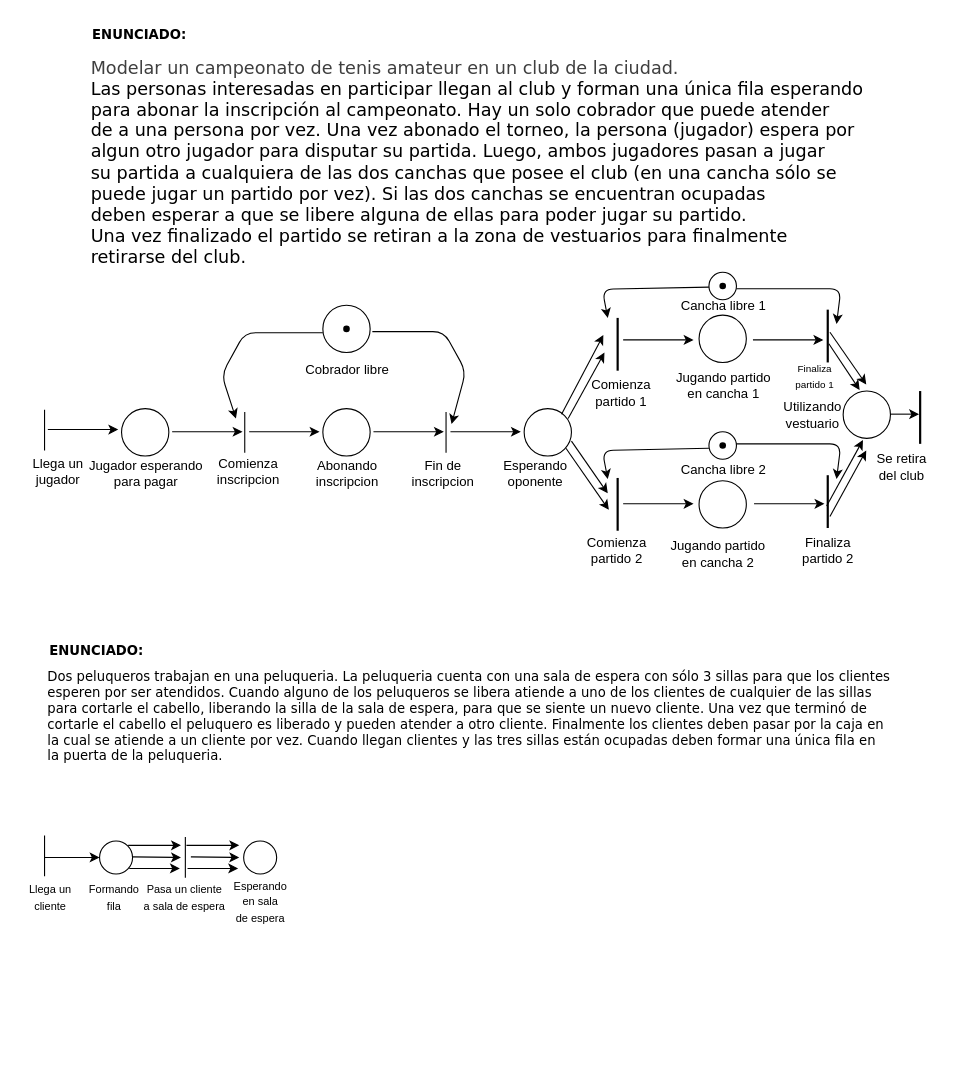
This is practicas/respuestas_tp5.drawio from dazayamil/ingenieria-software-1-unlp, a draw.io file, before an edit. Source tidied: cells renumbered, new cells numbered last; positions are measured from the earlier drawing's top-left corner, leaving out a move shared by most shapes. Both pictures are drawn from the tidied source at 110%, with x=0, y=0 at pixel (19, 19).
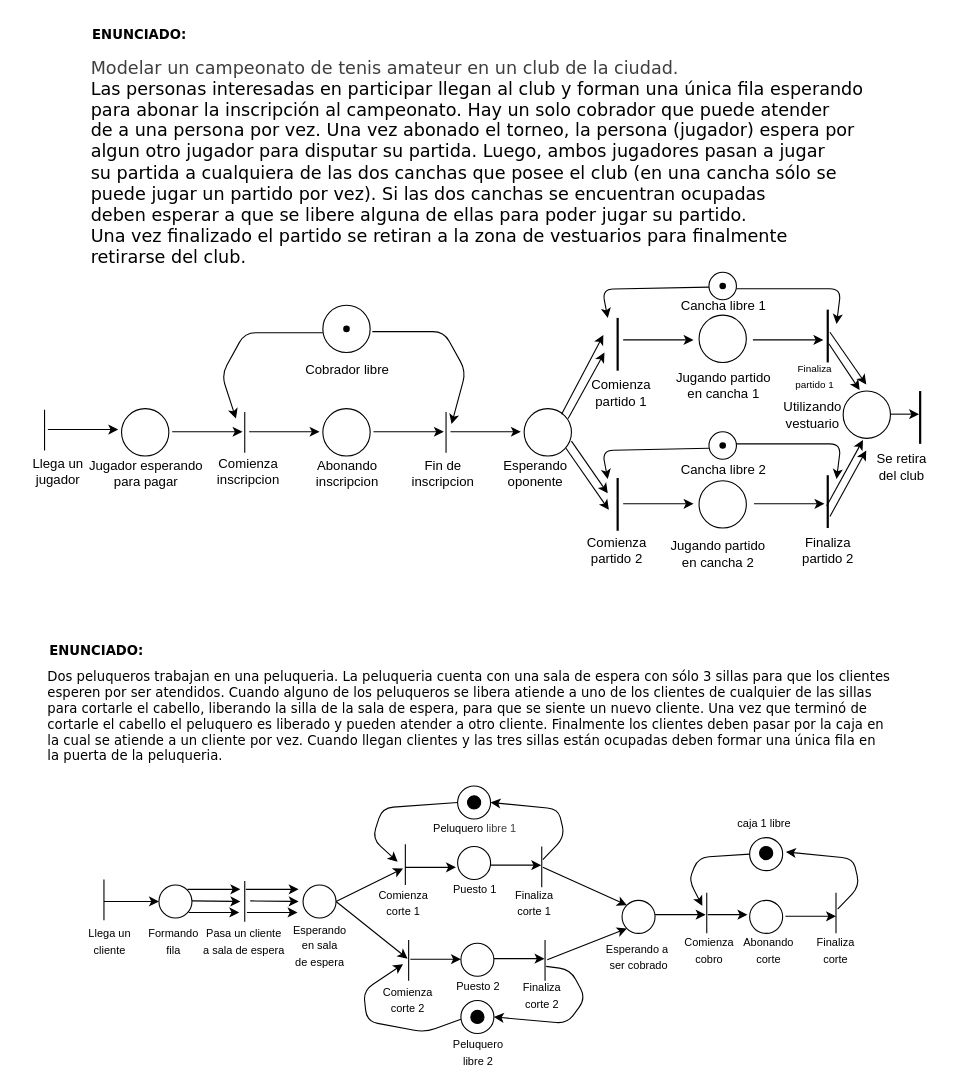
Above is the later version.

Commit message:
Ejercicio Redes de Petri resuelto - peluqueria

What changed in the source:
```diff
@@
     <mxCell id="67" style="endArrow=none;html=1;" parent="1" edge="1">
       <mxGeometry relative="1" as="geometry">
-        <mxPoint x="23" y="779" as="sourcePoint" />
-        <mxPoint x="23" y="742" as="targetPoint" />
+        <mxPoint x="77" y="819" as="sourcePoint" />
+        <mxPoint x="77" y="782" as="targetPoint" />
       </mxGeometry>
     </mxCell>
     <mxCell id="68" style="ellipse;whiteSpace=wrap;html=1;" parent="1" vertex="1">
-      <mxGeometry x="73" y="747" width="30" height="30" as="geometry" />
+      <mxGeometry x="127" y="787" width="30" height="30" as="geometry" />
     </mxCell>
     <mxCell id="69" style="endArrow=classic;html=1;entryX=0;entryY=0.5;entryDx=0;entryDy=0;" parent="1" edge="1" target="68">
       <mxGeometry relative="1" as="geometry">
-        <mxPoint x="23" y="762" as="sourcePoint" />
+        <mxPoint x="77" y="802" as="sourcePoint" />
       </mxGeometry>
     </mxCell>
     <mxCell id="70" value="&lt;span style=&quot;font-size: 10px;&quot;&gt;Llega un&lt;/span&gt;&lt;div&gt;&lt;span style=&quot;font-size: 10px;&quot;&gt;cliente&lt;/span&gt;&lt;/div&gt;" style="text;html=1;align=center;verticalAlign=middle;strokeColor=none;fillColor=none;" parent="1" vertex="1">
-      <mxGeometry y="777" width="56" height="41" as="geometry" />
+      <mxGeometry x="54" y="817" width="56" height="41" as="geometry" />
     </mxCell>
     <mxCell id="71" value="&lt;span style=&quot;font-size: 10px;&quot;&gt;Formando&lt;/span&gt;&lt;div&gt;&lt;span style=&quot;font-size: 10px;&quot;&gt;fila&lt;/span&gt;&lt;/div&gt;" style="text;html=1;align=center;verticalAlign=middle;strokeColor=none;fillColor=none;" parent="1" vertex="1">
-      <mxGeometry x="54" y="777" width="64" height="41" as="geometry" />
+      <mxGeometry x="108" y="817" width="64" height="41" as="geometry" />
     </mxCell>
     <mxCell id="72" style="endArrow=classic;html=1;" parent="1" edge="1">
       <mxGeometry relative="1" as="geometry">
-        <mxPoint x="99" y="751" as="sourcePoint" />
-        <mxPoint x="147" y="751" as="targetPoint" />
+        <mxPoint x="153" y="791" as="sourcePoint" />
+        <mxPoint x="201" y="791" as="targetPoint" />
       </mxGeometry>
     </mxCell>
     <mxCell id="73" style="endArrow=classic;html=1;" parent="1" edge="1">
       <mxGeometry relative="1" as="geometry">
-        <mxPoint x="103" y="761.5" as="sourcePoint" />
-        <mxPoint x="147" y="762" as="targetPoint" />
+        <mxPoint x="157" y="801.5" as="sourcePoint" />
+        <mxPoint x="201" y="802" as="targetPoint" />
       </mxGeometry>
     </mxCell>
     <mxCell id="74" style="endArrow=classic;html=1;" parent="1" edge="1">
       <mxGeometry relative="1" as="geometry">
-        <mxPoint x="100" y="772" as="sourcePoint" />
-        <mxPoint x="146" y="772" as="targetPoint" />
+        <mxPoint x="154" y="812" as="sourcePoint" />
+        <mxPoint x="200" y="812" as="targetPoint" />
       </mxGeometry>
     </mxCell>
     <mxCell id="75" style="endArrow=none;html=1;" parent="1" edge="1">
       <mxGeometry relative="1" as="geometry">
-        <mxPoint x="151" y="780.5" as="sourcePoint" />
-        <mxPoint x="151" y="743.5" as="targetPoint" />
+        <mxPoint x="205" y="820.5" as="sourcePoint" />
+        <mxPoint x="205" y="783.5" as="targetPoint" />
       </mxGeometry>
     </mxCell>
     <mxCell id="76" style="endArrow=classic;html=1;" parent="1" edge="1">
       <mxGeometry relative="1" as="geometry">
-        <mxPoint x="152" y="751" as="sourcePoint" />
-        <mxPoint x="200" y="751" as="targetPoint" />
+        <mxPoint x="206" y="791" as="sourcePoint" />
+        <mxPoint x="254" y="791" as="targetPoint" />
       </mxGeometry>
     </mxCell>
     <mxCell id="77" style="endArrow=classic;html=1;" parent="1" edge="1">
       <mxGeometry relative="1" as="geometry">
-        <mxPoint x="156" y="761.5" as="sourcePoint" />
-        <mxPoint x="200" y="762" as="targetPoint" />
+        <mxPoint x="210" y="801.5" as="sourcePoint" />
+        <mxPoint x="254" y="802" as="targetPoint" />
       </mxGeometry>
     </mxCell>
     <mxCell id="78" style="endArrow=classic;html=1;" parent="1" edge="1">
       <mxGeometry relative="1" as="geometry">
-        <mxPoint x="153" y="772" as="sourcePoint" />
-        <mxPoint x="199" y="772" as="targetPoint" />
+        <mxPoint x="207" y="812" as="sourcePoint" />
+        <mxPoint x="253" y="812" as="targetPoint" />
       </mxGeometry>
     </mxCell>
     <mxCell id="79" style="ellipse;whiteSpace=wrap;html=1;" parent="1" vertex="1">
-      <mxGeometry x="204" y="747" width="30" height="30" as="geometry" />
+      <mxGeometry x="258" y="787" width="30" height="30" as="geometry" />
     </mxCell>
     <mxCell id="80" value="&lt;span style=&quot;font-size: 10px;&quot;&gt;Esperando&lt;/span&gt;&lt;div&gt;&lt;span style=&quot;font-size: 10px;&quot;&gt;en sala&lt;/span&gt;&lt;/div&gt;&lt;div&gt;&lt;span style=&quot;font-size: 10px;&quot;&gt;de espera&lt;/span&gt;&lt;/div&gt;" style="text;html=1;align=center;verticalAlign=middle;strokeColor=none;fillColor=none;" parent="1" vertex="1">
-      <mxGeometry x="186" y="774" width="66" height="55" as="geometry" />
+      <mxGeometry x="240" y="814" width="66" height="55" as="geometry" />
     </mxCell>
     <mxCell id="81" value="&lt;span style=&quot;font-size: 10px;&quot;&gt;Pasa un cliente&lt;/span&gt;&lt;div&gt;&lt;span style=&quot;font-size: 10px;&quot;&gt;a sala de espera&lt;/span&gt;&lt;/div&gt;" style="text;html=1;align=center;verticalAlign=middle;strokeColor=none;fillColor=none;" parent="1" vertex="1">
-      <mxGeometry x="104" y="777" width="92" height="41" as="geometry" />
+      <mxGeometry x="158" y="817" width="92" height="41" as="geometry" />
     </mxCell>
+    <mxCell id="82" style="endArrow=classic;html=1;exitX=1;exitY=0.5;exitDx=0;exitDy=0;" parent="1" edge="1" source="79">
+      <mxGeometry relative="1" as="geometry">
+        <mxPoint x="349" y="772" as="targetPoint" />
+      </mxGeometry>
+    </mxCell>
+    <mxCell id="83" style="endArrow=classic;html=1;exitX=1;exitY=0.5;exitDx=0;exitDy=0;" parent="1" edge="1" source="79">
+      <mxGeometry relative="1" as="geometry">
+        <mxPoint x="353" y="854" as="targetPoint" />
+      </mxGeometry>
+    </mxCell>
+    <mxCell id="84" style="endArrow=none;html=1;" parent="1" edge="1">
+      <mxGeometry relative="1" as="geometry">
+        <mxPoint x="351" y="787" as="sourcePoint" />
+        <mxPoint x="351" y="750" as="targetPoint" />
+      </mxGeometry>
+    </mxCell>
+    <mxCell id="85" style="endArrow=none;html=1;" parent="1" edge="1">
+      <mxGeometry relative="1" as="geometry">
+        <mxPoint x="354" y="874" as="sourcePoint" />
+        <mxPoint x="354" y="837" as="targetPoint" />
+      </mxGeometry>
+    </mxCell>
+    <mxCell id="86" style="ellipse;whiteSpace=wrap;html=1;" parent="1" vertex="1">
+      <mxGeometry x="398.5" y="752" width="30" height="30" as="geometry" />
+    </mxCell>
+    <mxCell id="87" style="ellipse;whiteSpace=wrap;html=1;" parent="1" vertex="1">
+      <mxGeometry x="401.5" y="840" width="30" height="30" as="geometry" />
+    </mxCell>
+    <mxCell id="88" style="endArrow=classic;html=1;" parent="1" edge="1">
+      <mxGeometry relative="1" as="geometry">
+        <mxPoint x="351" y="771" as="sourcePoint" />
+        <mxPoint x="397" y="771" as="targetPoint" />
+      </mxGeometry>
+    </mxCell>
+    <mxCell id="89" style="endArrow=classic;html=1;" parent="1" edge="1">
+      <mxGeometry relative="1" as="geometry">
+        <mxPoint x="355.5" y="854.5" as="sourcePoint" />
+        <mxPoint x="401.5" y="854.5" as="targetPoint" />
+      </mxGeometry>
+    </mxCell>
+    <mxCell id="90" style="ellipse;whiteSpace=wrap;html=1;" parent="1" vertex="1">
+      <mxGeometry x="401.5" y="892" width="30" height="30" as="geometry" />
+    </mxCell>
+    <mxCell id="91" style="ellipse;whiteSpace=wrap;html=1;fillColor=#000000;" parent="1" vertex="1">
+      <mxGeometry x="410.5" y="901" width="12" height="12" as="geometry" />
+    </mxCell>
+    <mxCell id="92" style="ellipse;whiteSpace=wrap;html=1;" parent="1" vertex="1">
+      <mxGeometry x="398.5" y="697" width="30" height="30" as="geometry" />
+    </mxCell>
+    <mxCell id="93" style="ellipse;whiteSpace=wrap;html=1;fillColor=#000000;" parent="1" vertex="1">
+      <mxGeometry x="407.5" y="706" width="12" height="12" as="geometry" />
+    </mxCell>
+    <mxCell id="94" style="endArrow=classic;html=1;exitX=0;exitY=0.5;exitDx=0;exitDy=0;" parent="1" edge="1" source="92">
+      <mxGeometry relative="1" as="geometry">
+        <mxPoint x="344" y="766" as="targetPoint" />
+        <Array as="points">
+          <mxPoint x="330" y="717" />
+          <mxPoint x="321" y="745" />
+        </Array>
+      </mxGeometry>
+    </mxCell>
+    <mxCell id="95" style="endArrow=classic;html=1;" parent="1" edge="1">
+      <mxGeometry relative="1" as="geometry">
+        <mxPoint x="428.5" y="769" as="sourcePoint" />
+        <mxPoint x="474.5" y="769" as="targetPoint" />
+      </mxGeometry>
+    </mxCell>
+    <mxCell id="96" style="endArrow=none;html=1;" parent="1" edge="1">
+      <mxGeometry relative="1" as="geometry">
+        <mxPoint x="475" y="789" as="sourcePoint" />
+        <mxPoint x="475" y="752" as="targetPoint" />
+      </mxGeometry>
+    </mxCell>
+    <mxCell id="97" style="endArrow=classic;html=1;" parent="1" edge="1">
+      <mxGeometry relative="1" as="geometry">
+        <mxPoint x="431.5" y="854" as="sourcePoint" />
+        <mxPoint x="477.5" y="854" as="targetPoint" />
+      </mxGeometry>
+    </mxCell>
+    <mxCell id="98" style="endArrow=none;html=1;" parent="1" edge="1">
+      <mxGeometry relative="1" as="geometry">
+        <mxPoint x="478" y="874" as="sourcePoint" />
+        <mxPoint x="478" y="837" as="targetPoint" />
+      </mxGeometry>
+    </mxCell>
+    <mxCell id="99" style="endArrow=classic;html=1;entryX=1;entryY=0.5;entryDx=0;entryDy=0;" parent="1" edge="1" target="92">
+      <mxGeometry relative="1" as="geometry">
+        <mxPoint x="476" y="764" as="sourcePoint" />
+        <Array as="points">
+          <mxPoint x="496" y="743" />
+          <mxPoint x="490" y="718" />
+        </Array>
+      </mxGeometry>
+    </mxCell>
+    <mxCell id="100" style="endArrow=classic;html=1;" parent="1" edge="1">
+      <mxGeometry relative="1" as="geometry">
+        <mxPoint x="401.5" y="909" as="sourcePoint" />
+        <mxPoint x="349" y="859" as="targetPoint" />
+        <Array as="points">
+          <mxPoint x="369" y="921" />
+          <mxPoint x="316" y="911" />
+          <mxPoint x="313" y="883" />
+        </Array>
+      </mxGeometry>
+    </mxCell>
+    <mxCell id="101" style="endArrow=classic;html=1;entryX=1;entryY=0.5;entryDx=0;entryDy=0;" parent="1" edge="1" target="90">
+      <mxGeometry relative="1" as="geometry">
+        <mxPoint x="479" y="861" as="sourcePoint" />
+        <Array as="points">
+          <mxPoint x="501" y="864" />
+          <mxPoint x="515" y="890" />
+          <mxPoint x="498" y="913" />
+        </Array>
+      </mxGeometry>
+    </mxCell>
+    <mxCell id="102" value="&lt;span style=&quot;font-size: 10px;&quot;&gt;Peluquero&lt;/span&gt;&lt;div&gt;&lt;span style=&quot;font-size: 10px;&quot;&gt;libre 2&lt;/span&gt;&lt;/div&gt;" style="text;html=1;align=center;verticalAlign=middle;strokeColor=none;fillColor=none;" parent="1" vertex="1">
+      <mxGeometry x="384.5" y="918" width="64" height="41" as="geometry" />
+    </mxCell>
+    <mxCell id="103" value="&lt;span style=&quot;font-size: 10px;&quot;&gt;Peluquero&amp;nbsp;&lt;/span&gt;&lt;span style=&quot;color: rgb(63, 63, 63); font-size: 10px; background-color: transparent;&quot;&gt;libre 1&lt;/span&gt;" style="text;html=1;align=center;verticalAlign=middle;strokeColor=none;fillColor=none;" parent="1" vertex="1">
+      <mxGeometry x="366.5" y="722" width="94" height="26" as="geometry" />
+    </mxCell>
+    <mxCell id="104" value="&lt;span style=&quot;font-size: 10px;&quot;&gt;Puesto 1&lt;/span&gt;" style="text;html=1;align=center;verticalAlign=middle;strokeColor=none;fillColor=none;" parent="1" vertex="1">
+      <mxGeometry x="385" y="778" width="57" height="26" as="geometry" />
+    </mxCell>
+    <mxCell id="105" value="&lt;span style=&quot;font-size: 10px;&quot;&gt;Puesto 2&lt;/span&gt;" style="text;html=1;align=center;verticalAlign=middle;strokeColor=none;fillColor=none;" parent="1" vertex="1">
+      <mxGeometry x="388" y="866" width="57" height="26" as="geometry" />
+    </mxCell>
+    <mxCell id="106" value="&lt;span style=&quot;font-size: 10px;&quot;&gt;Comienza&lt;/span&gt;&lt;div&gt;&lt;span style=&quot;font-size: 10px;&quot;&gt;corte 2&lt;/span&gt;&lt;/div&gt;" style="text;html=1;align=center;verticalAlign=middle;strokeColor=none;fillColor=none;" parent="1" vertex="1">
+      <mxGeometry x="321.5" y="870" width="63" height="41" as="geometry" />
+    </mxCell>
+    <mxCell id="107" value="&lt;span style=&quot;font-size: 10px;&quot;&gt;Comienza&lt;/span&gt;&lt;div&gt;&lt;span style=&quot;font-size: 10px;&quot;&gt;corte 1&lt;/span&gt;&lt;/div&gt;" style="text;html=1;align=center;verticalAlign=middle;strokeColor=none;fillColor=none;" parent="1" vertex="1">
+      <mxGeometry x="317" y="782" width="63" height="41" as="geometry" />
+    </mxCell>
+    <mxCell id="108" value="&lt;span style=&quot;font-size: 10px;&quot;&gt;Finaliza&lt;/span&gt;&lt;div&gt;&lt;span style=&quot;font-size: 10px;&quot;&gt;corte 1&lt;/span&gt;&lt;/div&gt;" style="text;html=1;align=center;verticalAlign=middle;strokeColor=none;fillColor=none;" parent="1" vertex="1">
+      <mxGeometry x="442" y="782" width="52" height="41" as="geometry" />
+    </mxCell>
+    <mxCell id="109" value="&lt;span style=&quot;font-size: 10px;&quot;&gt;Finaliza&lt;/span&gt;&lt;div&gt;&lt;span style=&quot;font-size: 10px;&quot;&gt;corte 2&lt;/span&gt;&lt;/div&gt;" style="text;html=1;align=center;verticalAlign=middle;strokeColor=none;fillColor=none;" parent="1" vertex="1">
+      <mxGeometry x="448.5" y="866" width="52" height="41" as="geometry" />
+    </mxCell>
+    <mxCell id="110" style="ellipse;whiteSpace=wrap;html=1;" parent="1" vertex="1">
+      <mxGeometry x="548" y="801" width="30" height="30" as="geometry" />
+    </mxCell>
+    <mxCell id="111" style="endArrow=classic;html=1;entryX=0;entryY=0;entryDx=0;entryDy=0;" parent="1" edge="1" target="110">
+      <mxGeometry relative="1" as="geometry">
+        <mxPoint x="476" y="771" as="sourcePoint" />
+      </mxGeometry>
+    </mxCell>
+    <mxCell id="112" style="endArrow=classic;html=1;entryX=0;entryY=1;entryDx=0;entryDy=0;" parent="1" edge="1" target="110">
+      <mxGeometry relative="1" as="geometry">
+        <mxPoint x="480" y="855" as="sourcePoint" />
+      </mxGeometry>
+    </mxCell>
+    <mxCell id="113" value="&lt;span style=&quot;font-size: 10px;&quot;&gt;Esperando a&amp;nbsp;&lt;/span&gt;&lt;div&gt;&lt;span style=&quot;font-size: 10px;&quot;&gt;ser cobrado&lt;/span&gt;&lt;/div&gt;" style="text;html=1;align=center;verticalAlign=middle;strokeColor=none;fillColor=none;" parent="1" vertex="1">
+      <mxGeometry x="524.5" y="831" width="77" height="41" as="geometry" />
+    </mxCell>
+    <mxCell id="114" style="endArrow=classic;html=1;" parent="1" edge="1">
+      <mxGeometry relative="1" as="geometry">
+        <mxPoint x="578" y="814" as="sourcePoint" />
+        <mxPoint x="624" y="814" as="targetPoint" />
+      </mxGeometry>
+    </mxCell>
+    <mxCell id="115" style="endArrow=none;html=1;" parent="1" edge="1">
+      <mxGeometry relative="1" as="geometry">
+        <mxPoint x="625" y="831" as="sourcePoint" />
+        <mxPoint x="625" y="794" as="targetPoint" />
+      </mxGeometry>
+    </mxCell>
+    <mxCell id="116" style="ellipse;whiteSpace=wrap;html=1;" parent="1" vertex="1">
+      <mxGeometry x="664" y="801" width="30" height="30" as="geometry" />
+    </mxCell>
+    <mxCell id="117" style="endArrow=classic;html=1;" parent="1" edge="1">
+      <mxGeometry relative="1" as="geometry">
+        <mxPoint x="626" y="814" as="sourcePoint" />
+        <mxPoint x="662" y="814" as="targetPoint" />
+      </mxGeometry>
+    </mxCell>
+    <mxCell id="118" style="ellipse;whiteSpace=wrap;html=1;" parent="1" vertex="1">
+      <mxGeometry x="664" y="744" width="30" height="30" as="geometry" />
+    </mxCell>
+    <mxCell id="119" style="ellipse;whiteSpace=wrap;html=1;fillColor=#000000;" parent="1" vertex="1">
+      <mxGeometry x="673" y="752" width="12" height="12" as="geometry" />
+    </mxCell>
+    <mxCell id="120" style="endArrow=classic;html=1;exitX=0;exitY=0.5;exitDx=0;exitDy=0;" parent="1" edge="1" source="118">
+      <mxGeometry relative="1" as="geometry">
+        <mxPoint x="621" y="806" as="targetPoint" />
+        <Array as="points">
+          <mxPoint x="617" y="762" />
+          <mxPoint x="609" y="783" />
+        </Array>
+      </mxGeometry>
+    </mxCell>
+    <mxCell id="121" style="endArrow=classic;html=1;" parent="1" edge="1">
+      <mxGeometry relative="1" as="geometry">
+        <mxPoint x="696.5" y="815.5" as="sourcePoint" />
+        <mxPoint x="742.5" y="815.5" as="targetPoint" />
+      </mxGeometry>
+    </mxCell>
+    <mxCell id="122" style="endArrow=none;html=1;" parent="1" edge="1">
+      <mxGeometry relative="1" as="geometry">
+        <mxPoint x="742.5" y="831" as="sourcePoint" />
+        <mxPoint x="742.5" y="794" as="targetPoint" />
+      </mxGeometry>
+    </mxCell>
+    <mxCell id="123" style="endArrow=classic;html=1;entryX=1;entryY=0.5;entryDx=0;entryDy=0;" parent="1" edge="1">
+      <mxGeometry relative="1" as="geometry">
+        <mxPoint x="744" y="809" as="sourcePoint" />
+        <mxPoint x="697" y="757" as="targetPoint" />
+        <Array as="points">
+          <mxPoint x="764" y="788" />
+          <mxPoint x="758" y="763" />
+        </Array>
+      </mxGeometry>
+    </mxCell>
+    <mxCell id="124" value="&lt;span style=&quot;font-size: 10px;&quot;&gt;Comienza&lt;/span&gt;&lt;div&gt;&lt;span style=&quot;font-size: 10px;&quot;&gt;cobro&lt;/span&gt;&lt;/div&gt;" style="text;html=1;align=center;verticalAlign=middle;strokeColor=none;fillColor=none;" parent="1" vertex="1">
+      <mxGeometry x="595" y="825" width="63" height="41" as="geometry" />
+    </mxCell>
+    <mxCell id="125" value="&lt;span style=&quot;font-size: 10px;&quot;&gt;Abonando&lt;/span&gt;&lt;div&gt;&lt;span style=&quot;font-size: 10px;&quot;&gt;corte&lt;/span&gt;&lt;/div&gt;" style="text;html=1;align=center;verticalAlign=middle;strokeColor=none;fillColor=none;" parent="1" vertex="1">
+      <mxGeometry x="649" y="825" width="64" height="41" as="geometry" />
+    </mxCell>
+    <mxCell id="126" value="&lt;span style=&quot;font-size: 10px;&quot;&gt;Finaliza&lt;/span&gt;&lt;div&gt;&lt;span style=&quot;font-size: 10px;&quot;&gt;corte&lt;/span&gt;&lt;/div&gt;" style="text;html=1;align=center;verticalAlign=middle;strokeColor=none;fillColor=none;" parent="1" vertex="1">
+      <mxGeometry x="716" y="825" width="52" height="41" as="geometry" />
+    </mxCell>
+    <mxCell id="127" value="&lt;span style=&quot;font-size: 10px;&quot;&gt;caja 1 libre&lt;/span&gt;" style="text;html=1;align=center;verticalAlign=middle;strokeColor=none;fillColor=none;" parent="1" vertex="1">
+      <mxGeometry x="644" y="718" width="66" height="26" as="geometry" />
+    </mxCell>
```
